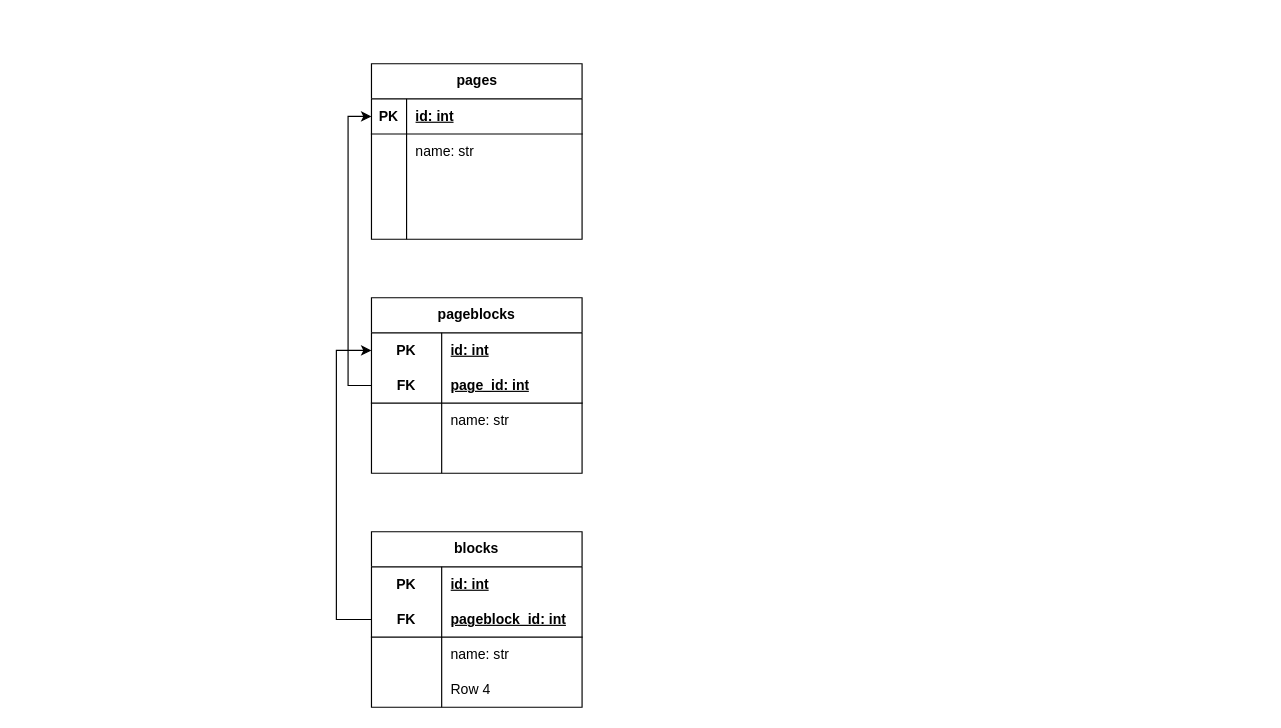
This is vencon.drawio from KmvRoman/Diagrams, a draw.io file, before an edit. Source tidied: cells renumbered, new cells numbered last; positions are measured from the earlier drawing's top-left corner, leaving out a move shared by most shapes. Both pictures are drawn from the tidied source at 117%, with x=0, y=0 at pixel (336, 63).
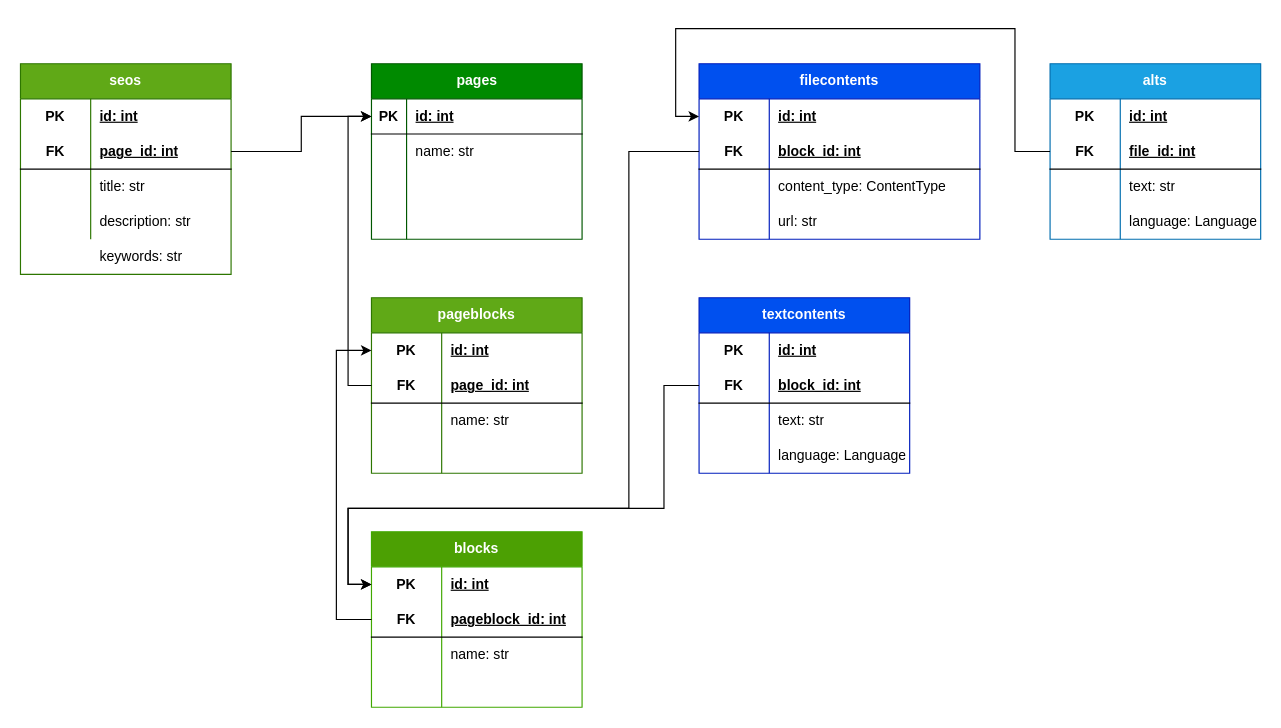
The same page after the edit.

The change refers to these unchanged cells:
```xml
<mxCell id="3" style="shape=tableRow;horizontal=0;startSize=0;swimlaneHead=0;swimlaneBody=0;fillColor=none;points=[[0,0.5],[1,0.5]];portConstraint=eastwest;top=0;left=0;right=0;bottom=1;" parent="2" vertex="1">
  <mxGeometry y="30" width="180" height="30" as="geometry" />
</mxCell>
<mxCell id="30" style="shape=tableRow;horizontal=0;startSize=0;swimlaneHead=0;swimlaneBody=0;fillColor=none;points=[[0,0.5],[1,0.5]];portConstraint=eastwest;top=0;left=0;right=0;bottom=0;html=1;" parent="29" vertex="1">
  <mxGeometry y="30" width="180" height="30" as="geometry" />
</mxCell>
<mxCell id="39" style="shape=tableRow;horizontal=0;startSize=0;swimlaneHead=0;swimlaneBody=0;fillColor=none;top=0;left=0;right=0;bottom=0;html=1;" parent="29" vertex="1">
  <mxGeometry y="120" width="180" height="30" as="geometry" />
</mxCell>
```

Change to the diagram source:
```diff
@@
-    <mxCell id="2" value="pages" style="shape=table;startSize=30;childLayout=tableLayout;rowLines=0;fontStyle=1;align=center;html=1;" parent="1" vertex="1">
+    <mxCell id="2" value="pages" style="shape=table;startSize=30;childLayout=tableLayout;rowLines=0;fontStyle=1;align=center;html=1;fillColor=#008a00;fontColor=#ffffff;strokeColor=#005700;" parent="1" vertex="1">
       <mxGeometry x="30" width="180" height="150" as="geometry" />
     </mxCell>
@@
-    <mxCell id="15" value="pageblocks" style="shape=table;startSize=30;childLayout=tableLayout;rowLines=0;fontStyle=1;align=center;html=1;whiteSpace=wrap;" parent="1" vertex="1">
+    <mxCell id="15" value="pageblocks" style="shape=table;startSize=30;childLayout=tableLayout;rowLines=0;fontStyle=1;align=center;html=1;whiteSpace=wrap;fillColor=#60a917;fontColor=#ffffff;strokeColor=#2D7600;" parent="1" vertex="1">
       <mxGeometry x="30" y="200" width="180" height="150" as="geometry" />
     </mxCell>
@@
-    <mxCell id="29" value="blocks" style="shape=table;startSize=30;childLayout=tableLayout;rowLines=0;fontStyle=1;align=center;html=1;whiteSpace=wrap;" parent="1" vertex="1">
+    <mxCell id="29" value="blocks" style="shape=table;startSize=30;childLayout=tableLayout;rowLines=0;fontStyle=1;align=center;html=1;whiteSpace=wrap;fillColor=#4ca003;fontColor=#ffffff;strokeColor=#40A800;" parent="1" vertex="1">
       <mxGeometry x="30" y="400" width="180" height="150" as="geometry" />
     </mxCell>
@@
-    <mxCell id="41" value="Row 4" style="shape=partialRectangle;fillColor=none;top=0;left=0;bottom=0;right=0;align=left;spacingLeft=6;overflow=hidden;html=1;whiteSpace=wrap;" parent="39" vertex="1">
+    <mxCell id="41" style="shape=partialRectangle;fillColor=none;top=0;left=0;bottom=0;right=0;align=left;spacingLeft=6;overflow=hidden;html=1;whiteSpace=wrap;" parent="39" vertex="1">
       <mxGeometry x="60" width="120" height="30" as="geometry" />
     </mxCell>
@@
+    <mxCell id="43" value="filecontents" style="shape=table;startSize=30;childLayout=tableLayout;rowLines=0;fontStyle=1;align=center;html=1;whiteSpace=wrap;fillColor=#0050ef;fontColor=#ffffff;strokeColor=#001DBC;" parent="1" vertex="1">
+      <mxGeometry x="310" width="240" height="150" as="geometry" />
+    </mxCell>
+    <mxCell id="44" style="shape=tableRow;horizontal=0;startSize=0;swimlaneHead=0;swimlaneBody=0;fillColor=none;points=[[0,0.5],[1,0.5]];portConstraint=eastwest;top=0;left=0;right=0;bottom=0;html=1;" parent="43" vertex="1">
+      <mxGeometry y="30" width="240" height="30" as="geometry" />
+    </mxCell>
+    <mxCell id="45" value="PK" style="shape=partialRectangle;fillColor=none;top=0;left=0;bottom=0;right=0;fontStyle=1;overflow=hidden;html=1;whiteSpace=wrap;" parent="44" vertex="1">
+      <mxGeometry width="60" height="30" as="geometry" />
+    </mxCell>
+    <mxCell id="46" value="id: int" style="shape=partialRectangle;fillColor=none;top=0;left=0;bottom=0;right=0;align=left;spacingLeft=6;fontStyle=5;overflow=hidden;html=1;whiteSpace=wrap;" parent="44" vertex="1">
+      <mxGeometry x="60" width="180" height="30" as="geometry" />
+    </mxCell>
+    <mxCell id="47" style="shape=tableRow;horizontal=0;startSize=0;swimlaneHead=0;swimlaneBody=0;fillColor=none;points=[[0,0.5],[1,0.5]];portConstraint=eastwest;top=0;left=0;right=0;bottom=1;html=1;" parent="43" vertex="1">
+      <mxGeometry y="60" width="240" height="30" as="geometry" />
+    </mxCell>
+    <mxCell id="48" value="FK" style="shape=partialRectangle;fillColor=none;top=0;left=0;bottom=0;right=0;fontStyle=1;overflow=hidden;html=1;whiteSpace=wrap;" parent="47" vertex="1">
+      <mxGeometry width="60" height="30" as="geometry" />
+    </mxCell>
+    <mxCell id="49" value="block_id: int" style="shape=partialRectangle;fillColor=none;top=0;left=0;bottom=0;right=0;align=left;spacingLeft=6;fontStyle=5;overflow=hidden;html=1;whiteSpace=wrap;" parent="47" vertex="1">
+      <mxGeometry x="60" width="180" height="30" as="geometry" />
+    </mxCell>
+    <mxCell id="50" style="shape=tableRow;horizontal=0;startSize=0;swimlaneHead=0;swimlaneBody=0;fillColor=none;top=0;left=0;right=0;bottom=0;html=1;" parent="43" vertex="1">
+      <mxGeometry y="90" width="240" height="30" as="geometry" />
+    </mxCell>
+    <mxCell id="51" style="shape=partialRectangle;fillColor=none;top=0;left=0;bottom=0;right=0;overflow=hidden;html=1;whiteSpace=wrap;" parent="50" vertex="1">
+      <mxGeometry width="60" height="30" as="geometry" />
+    </mxCell>
+    <mxCell id="52" value="content_type: ContentType" style="shape=partialRectangle;fillColor=none;top=0;left=0;bottom=0;right=0;align=left;spacingLeft=6;overflow=hidden;html=1;whiteSpace=wrap;" parent="50" vertex="1">
+      <mxGeometry x="60" width="180" height="30" as="geometry" />
+    </mxCell>
+    <mxCell id="53" style="shape=tableRow;horizontal=0;startSize=0;swimlaneHead=0;swimlaneBody=0;fillColor=none;top=0;left=0;right=0;bottom=0;html=1;" parent="43" vertex="1">
+      <mxGeometry y="120" width="240" height="30" as="geometry" />
+    </mxCell>
+    <mxCell id="54" style="shape=partialRectangle;fillColor=none;top=0;left=0;bottom=0;right=0;overflow=hidden;html=1;whiteSpace=wrap;" parent="53" vertex="1">
+      <mxGeometry width="60" height="30" as="geometry" />
+    </mxCell>
+    <mxCell id="55" value="url: str" style="shape=partialRectangle;fillColor=none;top=0;left=0;bottom=0;right=0;align=left;spacingLeft=6;overflow=hidden;html=1;whiteSpace=wrap;" parent="53" vertex="1">
+      <mxGeometry x="60" width="180" height="30" as="geometry" />
+    </mxCell>
+    <mxCell id="56" style="edgeStyle=orthogonalEdgeStyle;rounded=0;jettySize=auto;html=1;entryX=0;entryY=0.5;entryDx=0;entryDy=0;" parent="1" edge="1" source="47" target="30">
+      <mxGeometry relative="1" as="geometry">
+        <Array as="points">
+          <mxPoint x="250" y="75" />
+          <mxPoint x="250" y="380" />
+          <mxPoint x="10" y="380" />
+          <mxPoint x="10" y="445" />
+        </Array>
+      </mxGeometry>
+    </mxCell>
+    <mxCell id="57" value="textcontents" style="shape=table;startSize=30;childLayout=tableLayout;rowLines=0;fontStyle=1;align=center;html=1;whiteSpace=wrap;fillColor=#0050ef;fontColor=#ffffff;strokeColor=#001DBC;" parent="1" vertex="1">
+      <mxGeometry x="310" y="200" width="180" height="150" as="geometry" />
+    </mxCell>
+    <mxCell id="58" style="shape=tableRow;horizontal=0;startSize=0;swimlaneHead=0;swimlaneBody=0;fillColor=none;top=0;left=0;right=0;bottom=0;html=1;" parent="57" vertex="1">
+      <mxGeometry y="30" width="180" height="30" as="geometry" />
+    </mxCell>
+    <mxCell id="59" value="PK" style="shape=partialRectangle;fillColor=none;top=0;left=0;bottom=0;right=0;fontStyle=1;overflow=hidden;html=1;whiteSpace=wrap;" parent="58" vertex="1">
+      <mxGeometry width="60" height="30" as="geometry" />
+    </mxCell>
+    <mxCell id="60" value="id: int" style="shape=partialRectangle;fillColor=none;top=0;left=0;bottom=0;right=0;align=left;spacingLeft=6;fontStyle=5;overflow=hidden;html=1;whiteSpace=wrap;" parent="58" vertex="1">
+      <mxGeometry x="60" width="120" height="30" as="geometry" />
+    </mxCell>
+    <mxCell id="61" style="shape=tableRow;horizontal=0;startSize=0;swimlaneHead=0;swimlaneBody=0;fillColor=none;points=[[0,0.5],[1,0.5]];portConstraint=eastwest;top=0;left=0;right=0;bottom=1;html=1;" parent="57" vertex="1">
+      <mxGeometry y="60" width="180" height="30" as="geometry" />
+    </mxCell>
+    <mxCell id="62" value="FK" style="shape=partialRectangle;fillColor=none;top=0;left=0;bottom=0;right=0;fontStyle=1;overflow=hidden;html=1;whiteSpace=wrap;" parent="61" vertex="1">
+      <mxGeometry width="60" height="30" as="geometry" />
+    </mxCell>
+    <mxCell id="63" value="block_id: int" style="shape=partialRectangle;fillColor=none;top=0;left=0;bottom=0;right=0;align=left;spacingLeft=6;fontStyle=5;overflow=hidden;html=1;whiteSpace=wrap;" parent="61" vertex="1">
+      <mxGeometry x="60" width="120" height="30" as="geometry" />
+    </mxCell>
+    <mxCell id="64" style="shape=tableRow;horizontal=0;startSize=0;swimlaneHead=0;swimlaneBody=0;fillColor=none;top=0;left=0;right=0;bottom=0;html=1;" parent="57" vertex="1">
+      <mxGeometry y="90" width="180" height="30" as="geometry" />
+    </mxCell>
+    <mxCell id="65" style="shape=partialRectangle;fillColor=none;top=0;left=0;bottom=0;right=0;overflow=hidden;html=1;whiteSpace=wrap;" parent="64" vertex="1">
+      <mxGeometry width="60" height="30" as="geometry" />
+    </mxCell>
+    <mxCell id="66" value="text: str" style="shape=partialRectangle;fillColor=none;top=0;left=0;bottom=0;right=0;align=left;spacingLeft=6;overflow=hidden;html=1;whiteSpace=wrap;" parent="64" vertex="1">
+      <mxGeometry x="60" width="120" height="30" as="geometry" />
+    </mxCell>
+    <mxCell id="67" style="shape=tableRow;horizontal=0;startSize=0;swimlaneHead=0;swimlaneBody=0;fillColor=none;top=0;left=0;right=0;bottom=0;html=1;" parent="57" vertex="1">
+      <mxGeometry y="120" width="180" height="30" as="geometry" />
+    </mxCell>
+    <mxCell id="68" style="shape=partialRectangle;fillColor=none;top=0;left=0;bottom=0;right=0;overflow=hidden;html=1;whiteSpace=wrap;" parent="67" vertex="1">
+      <mxGeometry width="60" height="30" as="geometry" />
+    </mxCell>
+    <mxCell id="69" value="language: Language" style="shape=partialRectangle;fillColor=none;top=0;left=0;bottom=0;right=0;align=left;spacingLeft=6;overflow=hidden;html=1;whiteSpace=wrap;" parent="67" vertex="1">
+      <mxGeometry x="60" width="120" height="30" as="geometry" />
+    </mxCell>
+    <mxCell id="70" value="alts" style="shape=table;startSize=30;childLayout=tableLayout;rowLines=0;fontStyle=1;align=center;html=1;whiteSpace=wrap;fillColor=#1ba1e2;fontColor=#ffffff;strokeColor=#006EAF;" parent="1" vertex="1">
+      <mxGeometry x="610" width="180" height="150" as="geometry" />
+    </mxCell>
+    <mxCell id="71" style="shape=tableRow;horizontal=0;startSize=0;swimlaneHead=0;swimlaneBody=0;fillColor=none;top=0;left=0;right=0;bottom=0;html=1;" parent="70" vertex="1">
+      <mxGeometry y="30" width="180" height="30" as="geometry" />
+    </mxCell>
+    <mxCell id="72" value="PK" style="shape=partialRectangle;fillColor=none;top=0;left=0;bottom=0;right=0;fontStyle=1;overflow=hidden;html=1;whiteSpace=wrap;" parent="71" vertex="1">
+      <mxGeometry width="60" height="30" as="geometry" />
+    </mxCell>
+    <mxCell id="73" value="id: int" style="shape=partialRectangle;fillColor=none;top=0;left=0;bottom=0;right=0;align=left;spacingLeft=6;fontStyle=5;overflow=hidden;html=1;whiteSpace=wrap;" parent="71" vertex="1">
+      <mxGeometry x="60" width="120" height="30" as="geometry" />
+    </mxCell>
+    <mxCell id="74" style="shape=tableRow;horizontal=0;startSize=0;swimlaneHead=0;swimlaneBody=0;fillColor=none;points=[[0,0.5],[1,0.5]];portConstraint=eastwest;top=0;left=0;right=0;bottom=1;html=1;" parent="70" vertex="1">
+      <mxGeometry y="60" width="180" height="30" as="geometry" />
+    </mxCell>
+    <mxCell id="75" value="FK" style="shape=partialRectangle;fillColor=none;top=0;left=0;bottom=0;right=0;fontStyle=1;overflow=hidden;html=1;whiteSpace=wrap;" parent="74" vertex="1">
+      <mxGeometry width="60" height="30" as="geometry" />
+    </mxCell>
+    <mxCell id="76" value="file_id: int" style="shape=partialRectangle;fillColor=none;top=0;left=0;bottom=0;right=0;align=left;spacingLeft=6;fontStyle=5;overflow=hidden;html=1;whiteSpace=wrap;" parent="74" vertex="1">
+      <mxGeometry x="60" width="120" height="30" as="geometry" />
+    </mxCell>
+    <mxCell id="77" style="shape=tableRow;horizontal=0;startSize=0;swimlaneHead=0;swimlaneBody=0;fillColor=none;top=0;left=0;right=0;bottom=0;html=1;" parent="70" vertex="1">
+      <mxGeometry y="90" width="180" height="30" as="geometry" />
+    </mxCell>
+    <mxCell id="78" style="shape=partialRectangle;fillColor=none;top=0;left=0;bottom=0;right=0;overflow=hidden;html=1;whiteSpace=wrap;" parent="77" vertex="1">
+      <mxGeometry width="60" height="30" as="geometry" />
+    </mxCell>
+    <mxCell id="79" value="text: str" style="shape=partialRectangle;fillColor=none;top=0;left=0;bottom=0;right=0;align=left;spacingLeft=6;overflow=hidden;html=1;whiteSpace=wrap;" parent="77" vertex="1">
+      <mxGeometry x="60" width="120" height="30" as="geometry" />
+    </mxCell>
+    <mxCell id="80" style="shape=tableRow;horizontal=0;startSize=0;swimlaneHead=0;swimlaneBody=0;fillColor=none;top=0;left=0;right=0;bottom=0;html=1;" parent="70" vertex="1">
+      <mxGeometry y="120" width="180" height="30" as="geometry" />
+    </mxCell>
+    <mxCell id="81" style="shape=partialRectangle;fillColor=none;top=0;left=0;bottom=0;right=0;overflow=hidden;html=1;whiteSpace=wrap;" parent="80" vertex="1">
+      <mxGeometry width="60" height="30" as="geometry" />
+    </mxCell>
+    <mxCell id="82" value="language: Language" style="shape=partialRectangle;fillColor=none;top=0;left=0;bottom=0;right=0;align=left;spacingLeft=6;overflow=hidden;html=1;whiteSpace=wrap;" parent="80" vertex="1">
+      <mxGeometry x="60" width="120" height="30" as="geometry" />
+    </mxCell>
+    <mxCell id="83" style="edgeStyle=orthogonalEdgeStyle;rounded=0;jettySize=auto;html=1;entryX=0;entryY=0.5;entryDx=0;entryDy=0;" parent="1" edge="1" source="74" target="44">
+      <mxGeometry relative="1" as="geometry">
+        <Array as="points">
+          <mxPoint x="580" y="75" />
+          <mxPoint x="580" y="-30" />
+          <mxPoint x="290" y="-30" />
+          <mxPoint x="290" y="45" />
+        </Array>
+      </mxGeometry>
+    </mxCell>
+    <mxCell id="84" style="edgeStyle=orthogonalEdgeStyle;rounded=0;jettySize=auto;html=1;entryX=0;entryY=0.5;entryDx=0;entryDy=0;" parent="1" edge="1" source="61" target="30">
+      <mxGeometry relative="1" as="geometry">
+        <Array as="points">
+          <mxPoint x="280" y="275" />
+          <mxPoint x="280" y="380" />
+          <mxPoint x="10" y="380" />
+          <mxPoint x="10" y="445" />
+        </Array>
+      </mxGeometry>
+    </mxCell>
+    <mxCell id="85" value="seos" style="shape=table;startSize=30;childLayout=tableLayout;rowLines=0;fontStyle=1;align=center;html=1;whiteSpace=wrap;fillColor=#60a917;fontColor=#ffffff;strokeColor=#2D7600;" parent="1" vertex="1">
+      <mxGeometry x="-270" width="180" height="180" as="geometry" />
+    </mxCell>
+    <mxCell id="86" style="shape=tableRow;horizontal=0;startSize=0;swimlaneHead=0;swimlaneBody=0;fillColor=none;top=0;left=0;right=0;bottom=0;html=1;" parent="85" vertex="1">
+      <mxGeometry y="30" width="180" height="30" as="geometry" />
+    </mxCell>
+    <mxCell id="87" value="PK" style="shape=partialRectangle;fillColor=none;top=0;left=0;bottom=0;right=0;fontStyle=1;overflow=hidden;html=1;whiteSpace=wrap;" parent="86" vertex="1">
+      <mxGeometry width="60" height="30" as="geometry" />
+    </mxCell>
+    <mxCell id="88" value="id: int" style="shape=partialRectangle;fillColor=none;top=0;left=0;bottom=0;right=0;align=left;spacingLeft=6;fontStyle=5;overflow=hidden;html=1;whiteSpace=wrap;" parent="86" vertex="1">
+      <mxGeometry x="60" width="120" height="30" as="geometry" />
+    </mxCell>
+    <mxCell id="89" style="shape=tableRow;horizontal=0;startSize=0;swimlaneHead=0;swimlaneBody=0;fillColor=none;points=[[0,0.5],[1,0.5]];portConstraint=eastwest;top=0;left=0;right=0;bottom=1;html=1;" parent="85" vertex="1">
+      <mxGeometry y="60" width="180" height="30" as="geometry" />
+    </mxCell>
+    <mxCell id="90" value="FK" style="shape=partialRectangle;fillColor=none;top=0;left=0;bottom=0;right=0;fontStyle=1;overflow=hidden;html=1;whiteSpace=wrap;" parent="89" vertex="1">
+      <mxGeometry width="60" height="30" as="geometry" />
+    </mxCell>
+    <mxCell id="91" value="page_id: int" style="shape=partialRectangle;fillColor=none;top=0;left=0;bottom=0;right=0;align=left;spacingLeft=6;fontStyle=5;overflow=hidden;html=1;whiteSpace=wrap;" parent="89" vertex="1">
+      <mxGeometry x="60" width="120" height="30" as="geometry" />
+    </mxCell>
+    <mxCell id="92" style="shape=tableRow;horizontal=0;startSize=0;swimlaneHead=0;swimlaneBody=0;fillColor=none;top=0;left=0;right=0;bottom=0;html=1;" parent="85" vertex="1">
+      <mxGeometry y="90" width="180" height="30" as="geometry" />
+    </mxCell>
+    <mxCell id="93" style="shape=partialRectangle;fillColor=none;top=0;left=0;bottom=0;right=0;overflow=hidden;html=1;whiteSpace=wrap;" parent="92" vertex="1">
+      <mxGeometry width="60" height="30" as="geometry" />
+    </mxCell>
+    <mxCell id="94" value="title: str" style="shape=partialRectangle;fillColor=none;top=0;left=0;bottom=0;right=0;align=left;spacingLeft=6;overflow=hidden;html=1;whiteSpace=wrap;" parent="92" vertex="1">
+      <mxGeometry x="60" width="120" height="30" as="geometry" />
+    </mxCell>
+    <mxCell id="95" style="shape=tableRow;horizontal=0;startSize=0;swimlaneHead=0;swimlaneBody=0;fillColor=none;top=0;left=0;right=0;bottom=0;html=1;" parent="85" vertex="1">
+      <mxGeometry y="120" width="180" height="30" as="geometry" />
+    </mxCell>
+    <mxCell id="96" style="shape=partialRectangle;fillColor=none;top=0;left=0;bottom=0;right=0;overflow=hidden;html=1;whiteSpace=wrap;" parent="95" vertex="1">
+      <mxGeometry width="60" height="30" as="geometry" />
+    </mxCell>
+    <mxCell id="97" value="description: str" style="shape=partialRectangle;fillColor=none;top=0;left=0;bottom=0;right=0;align=left;spacingLeft=6;overflow=hidden;html=1;whiteSpace=wrap;" parent="95" vertex="1">
+      <mxGeometry x="60" width="120" height="30" as="geometry" />
+    </mxCell>
+    <mxCell id="98" style="edgeStyle=orthogonalEdgeStyle;rounded=0;jettySize=auto;html=1;entryX=0;entryY=0.5;entryDx=0;entryDy=0;" parent="1" edge="1" source="89" target="3">
+      <mxGeometry relative="1" as="geometry" />
+    </mxCell>
+    <mxCell id="99" value="keywords: str" style="shape=partialRectangle;fillColor=none;top=0;left=0;bottom=0;right=0;align=left;spacingLeft=6;overflow=hidden;html=1;whiteSpace=wrap;" parent="1" vertex="1">
+      <mxGeometry x="-210" y="150" width="120" height="30" as="geometry" />
+    </mxCell>
+    <mxCell id="100" style="shape=partialRectangle;fillColor=none;top=0;left=0;bottom=0;right=0;overflow=hidden;html=1;whiteSpace=wrap;" parent="1" vertex="1">
+      <mxGeometry x="-270" y="150" width="60" height="30" as="geometry" />
+    </mxCell>
```
